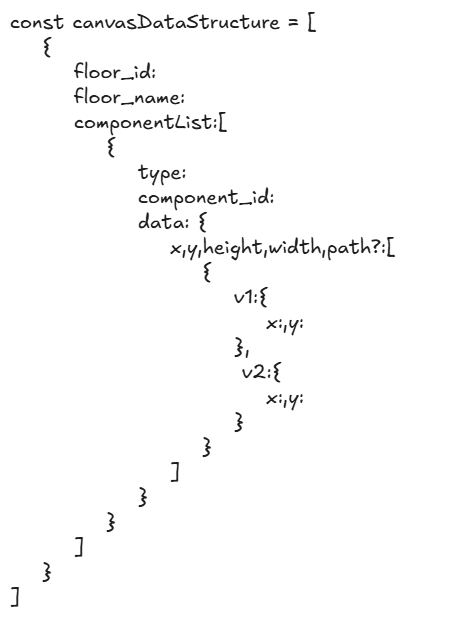
Before: canvasDataStrusture.excalidraw.png, a diagram exported from Excalidraw (Rounak-186/floor-map-maker). Source tidied: one line per element, renumbered; positions are measured from the earlier drawing's top-left corner, leaving out a move shared by most shapes.
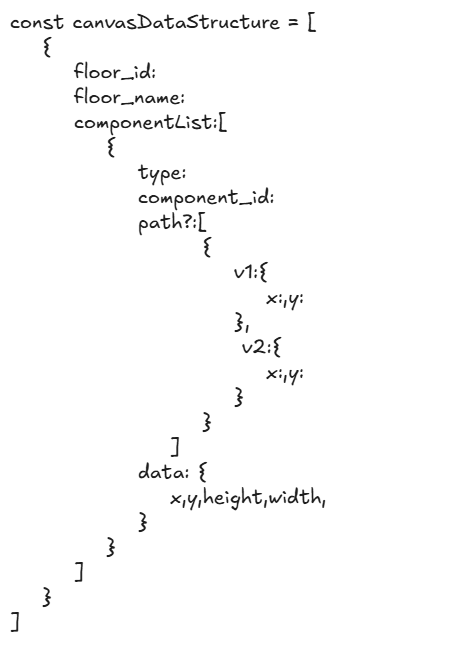
After the change.

Change to the diagram source:
```diff
@@ -1,1 +1,1 @@
-{"id": 0, "type": "text", "text": "const canvasDataStructure = [\n    {\n        floor_id:\n        floor_name:\n        componentList:[\n            {\n                type:\n                component_id:\n                data: {\n                    x,y,height,width,path?:[\n                        {\n                            v1:{\n                                x:,y:\n                            },\n                             v2:{\n                                x:,y:\n                            }\n                        }\n                    ]\n                }\n            }\n        ]\n    }\n]", "strokeColor": "#1e1e1e", "strokeWidth": 2, "roughness": 1, "fontSize": 20, "fontFamily": 5, "x": 0, "y": 0, "width": 450, "height": 600}
+{"id": 0, "type": "text", "text": "const canvasDataStructure = [\n    {\n        floor_id:\n        floor_name:\n        componentList:[\n            {\n                type:\n                component_id:\n                path?:[\n                        {\n                            v1:{\n                                x:,y:\n                            },\n                             v2:{\n                                x:,y:\n                            }\n                        }\n                    ]\n                data: {\n                    x,y,height,width,\n                }\n            }\n        ]\n    }\n]", "strokeColor": "#1e1e1e", "strokeWidth": 2, "roughness": 1, "fontSize": 20, "fontFamily": 5, "x": 0, "y": 0, "width": 450, "height": 625}
```
